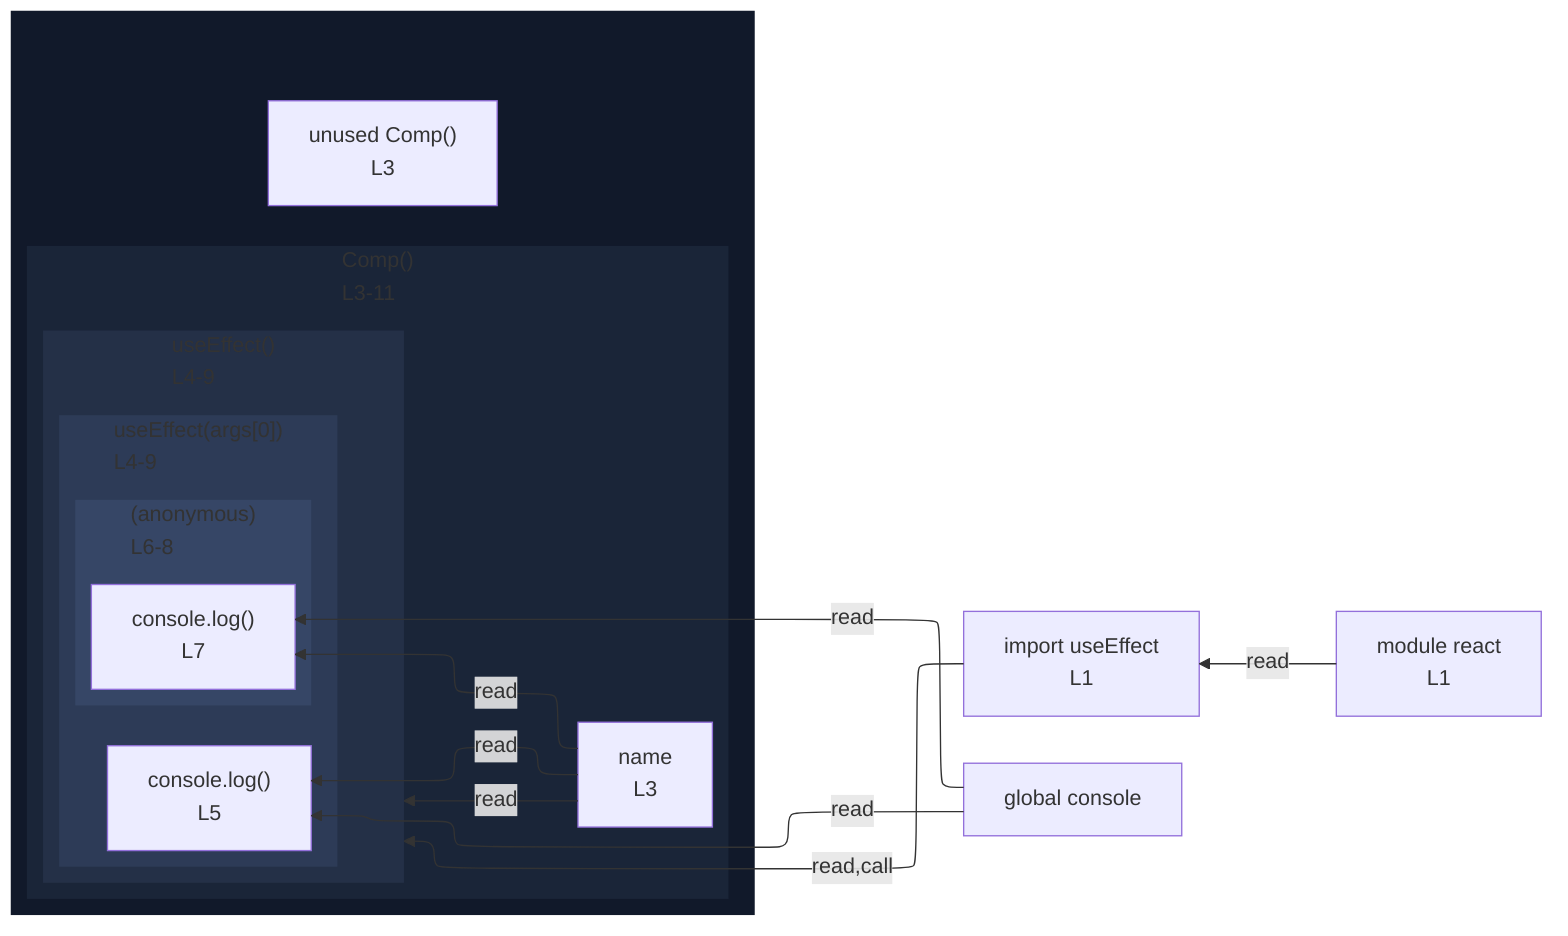
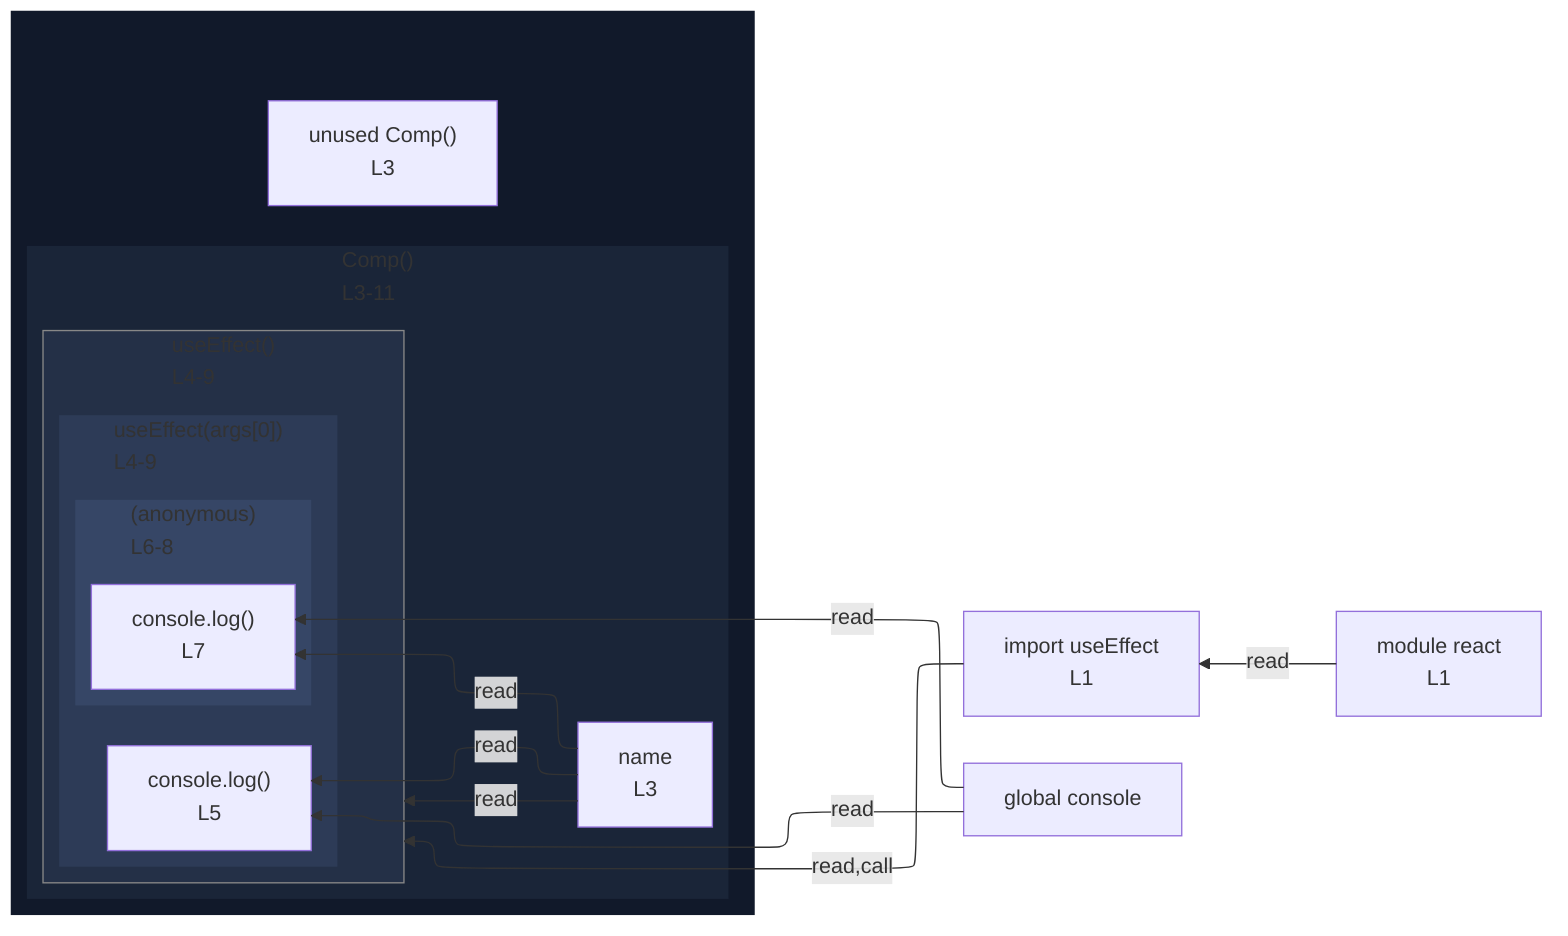
%%{init: {"flowchart": {"defaultRenderer": "elk"}}}%%
flowchart RL
  n_scope_0_useEffect_9["import useEffect<br/>L1"]
  n_scope_0_console_107["global console"]
  subgraph wrap_s_scope_1[" "]
    direction TB
    n_scope_0_Comp_42["unused Comp()<br/>L3"]
    subgraph s_scope_1["Comp()<br/>L3-11"]
      direction RL
      n_scope_1_name_52["name<br/>L3"]
      subgraph expr_stmt_85["useEffect()<br/>L4-9"]
        direction RL
        subgraph s_scope_2["useEffect(args[0])<br/>L4-9"]
          direction RL
          expr_stmt_107["console.log()<br/>L5"]
          subgraph s_scope_3["(anonymous)<br/>L6-8"]
            direction RL
            expr_stmt_161["console.log()<br/>L7"]
          end
        end
      end
    end
  end
  n_scope_0_useEffect_9 -->|read,call| expr_stmt_85
  n_scope_0_console_107 -->|read| expr_stmt_107
  n_scope_1_name_52 -->|read| expr_stmt_107
  n_scope_0_console_107 -->|read| expr_stmt_161
  n_scope_1_name_52 -->|read| expr_stmt_161
  n_scope_1_name_52 -->|read| expr_stmt_85
  mod_react["module react<br/>L1"]
  mod_react -->|read| n_scope_0_useEffect_9
  classDef nestL1 fill:#11192a,stroke:transparent;
  class wrap_s_scope_1 nestL1;
  classDef nestL2 fill:#1a2538,stroke:transparent;
  class s_scope_1 nestL2;
  classDef nestL3 fill:#243047,stroke:transparent;
  class expr_stmt_85 nestL3;
  classDef nestL4 fill:#2d3b57,stroke:transparent;
  class s_scope_2 nestL4;
  classDef nestL5 fill:#364666,stroke:transparent;
  class s_scope_3 nestL5;
+   classDef edgeTargetSubgraph stroke:#888;
+   class expr_stmt_85 edgeTargetSubgraph;
